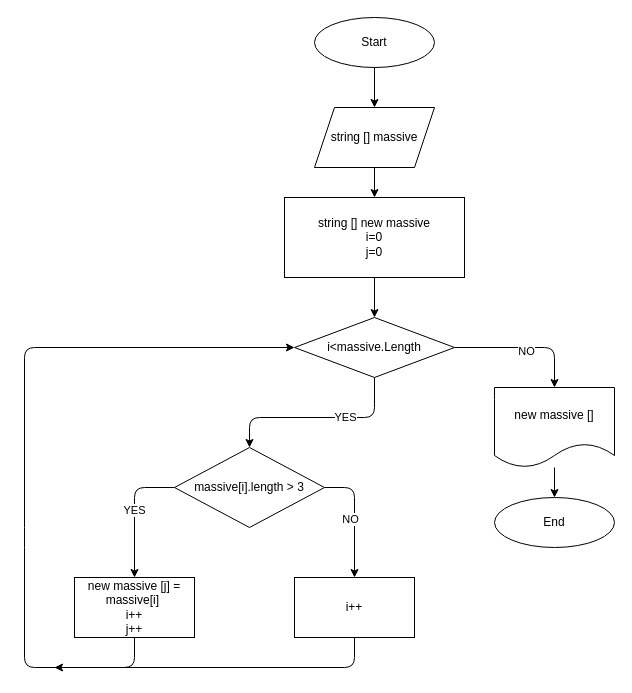
This is Блок-схема.drawio from Svetabtr/Final_test_Part_, a draw.io file, before an edit. Source tidied: cells renumbered, new cells numbered last; positions are measured from the earlier drawing's top-left corner, leaving out a move shared by most shapes. Both pictures are drawn from the tidied source at 100%, with x=0, y=0 at pixel (24, 17).
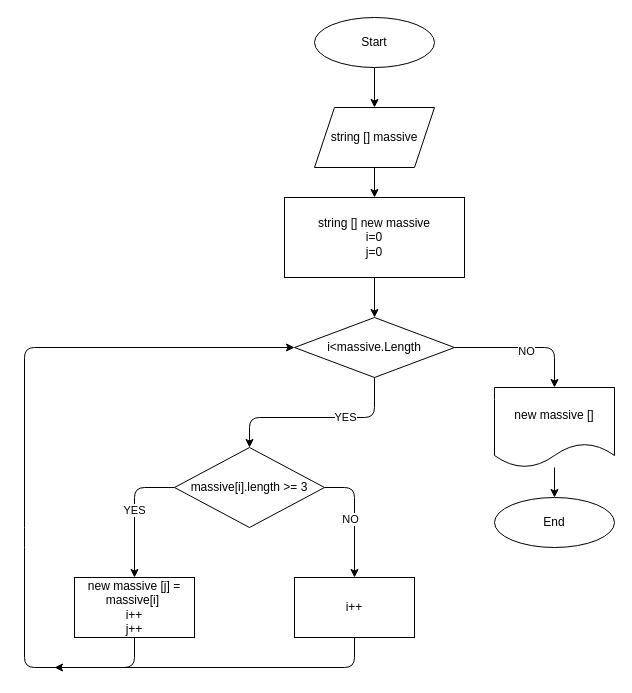
The same diagram, later.

Commit message:
исправлены ошибки

Diff of the diagram source:
```diff
@@
-    <mxCell id="10" value="massive[i].length &amp;gt; 3" style="rhombus;whiteSpace=wrap;html=1;" parent="1" vertex="1">
+    <mxCell id="10" value="massive[i].length &amp;gt;= 3" style="rhombus;whiteSpace=wrap;html=1;" parent="1" vertex="1">
       <mxGeometry x="150" y="430" width="150" height="80" as="geometry" />
     </mxCell>
```
